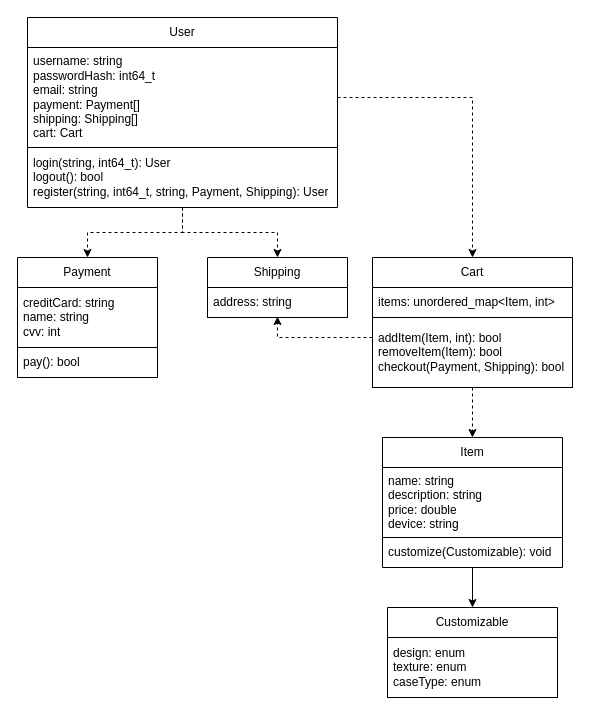
MDamiRight/decalProject250 keeps this draw.io diagram as UML Class Diagram.drawio. Above is the earlier version. Source tidied: cells renumbered, new cells numbered last; positions are measured from the earlier drawing's top-left corner, leaving out a move shared by most shapes. Both pictures are drawn from the tidied source at 100%, with x=0, y=0 at pixel (17, 17).
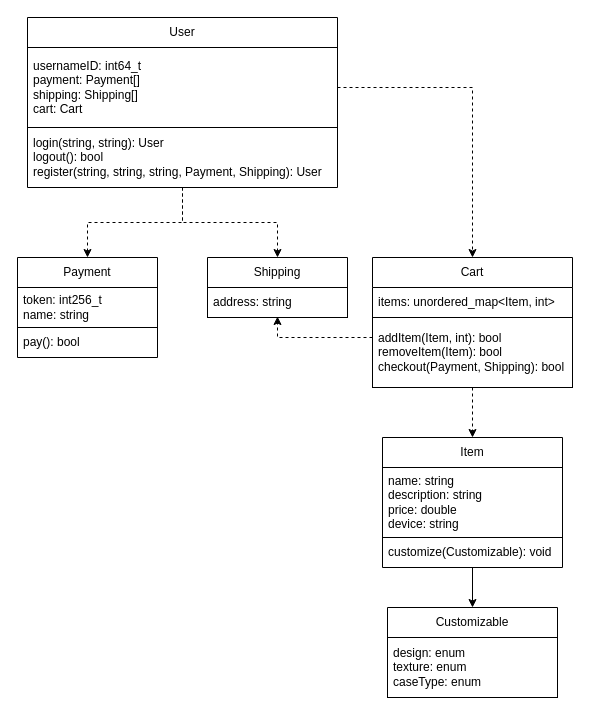
Above is the later version.

Diff of the diagram source:
```diff
@@
     <mxCell id="4" value="User" style="swimlane;fontStyle=0;horizontal=1;startSize=30;whiteSpace=wrap;html=1;" parent="1" vertex="1">
-      <mxGeometry x="10" width="310" height="190" as="geometry" />
+      <mxGeometry x="10" width="310" height="170" as="geometry" />
     </mxCell>
-    <mxCell id="5" value="username: string&lt;br&gt;passwordHash: int64_t&lt;br&gt;email: string&lt;br&gt;payment: Payment[]&lt;br&gt;shipping: Shipping[]&lt;br&gt;cart: Cart" style="text;strokeColor=default;fillColor=none;align=left;verticalAlign=middle;spacingLeft=4;spacingRight=4;overflow=hidden;points=[[0,0.5],[1,0.5]];portConstraint=eastwest;whiteSpace=wrap;html=1;" parent="4" vertex="1">
-      <mxGeometry y="30" width="310" height="100" as="geometry" />
+    <mxCell id="5" value="usernameID: int64_t&lt;br&gt;payment: Payment[]&lt;br&gt;shipping: Shipping[]&lt;br&gt;cart: Cart" style="text;strokeColor=default;fillColor=none;align=left;verticalAlign=middle;spacingLeft=4;spacingRight=4;overflow=hidden;points=[[0,0.5],[1,0.5]];portConstraint=eastwest;whiteSpace=wrap;html=1;" parent="4" vertex="1">
+      <mxGeometry y="30" width="310" height="80" as="geometry" />
     </mxCell>
-    <mxCell id="6" value="login(string, int64_t): User&lt;br&gt;logout(): bool&lt;br&gt;register(string, int64_t, string, Payment, Shipping): User" style="text;strokeColor=none;fillColor=none;align=left;verticalAlign=middle;spacingLeft=4;spacingRight=4;overflow=hidden;whiteSpace=wrap;html=1;" parent="4" vertex="1">
-      <mxGeometry y="130" width="310" height="60" as="geometry" />
+    <mxCell id="6" value="login(string, string): User&lt;br&gt;logout(): bool&lt;br&gt;register(string, string, string, Payment, Shipping): User" style="text;strokeColor=none;fillColor=none;align=left;verticalAlign=middle;spacingLeft=4;spacingRight=4;overflow=hidden;whiteSpace=wrap;html=1;" parent="4" vertex="1">
+      <mxGeometry y="110" width="310" height="60" as="geometry" />
     </mxCell>
@@
     <mxCell id="17" value="Payment" style="swimlane;fontStyle=0;horizontal=1;startSize=30;whiteSpace=wrap;html=1;" parent="1" vertex="1">
-      <mxGeometry y="240" width="140" height="120" as="geometry" />
+      <mxGeometry y="240" width="140" height="100" as="geometry" />
     </mxCell>
-    <mxCell id="18" value="creditCard: string&lt;br style=&quot;border-color: var(--border-color);&quot;&gt;name: string&lt;br style=&quot;border-color: var(--border-color);&quot;&gt;cvv: int" style="text;strokeColor=default;fillColor=none;align=left;verticalAlign=middle;spacingLeft=4;spacingRight=4;overflow=hidden;whiteSpace=wrap;html=1;" parent="17" vertex="1">
-      <mxGeometry y="30" width="140" height="60" as="geometry" />
+    <mxCell id="18" value="token: int256_t&lt;br&gt;name: string" style="text;strokeColor=default;fillColor=none;align=left;verticalAlign=middle;spacingLeft=4;spacingRight=4;overflow=hidden;whiteSpace=wrap;html=1;" parent="17" vertex="1">
+      <mxGeometry y="30" width="140" height="40" as="geometry" />
     </mxCell>
     <mxCell id="19" value="pay(): bool" style="text;strokeColor=none;fillColor=none;align=left;verticalAlign=middle;spacingLeft=4;spacingRight=4;overflow=hidden;whiteSpace=wrap;html=1;" parent="17" vertex="1">
-      <mxGeometry y="90" width="140" height="30" as="geometry" />
+      <mxGeometry y="70" width="140" height="30" as="geometry" />
     </mxCell>
```
